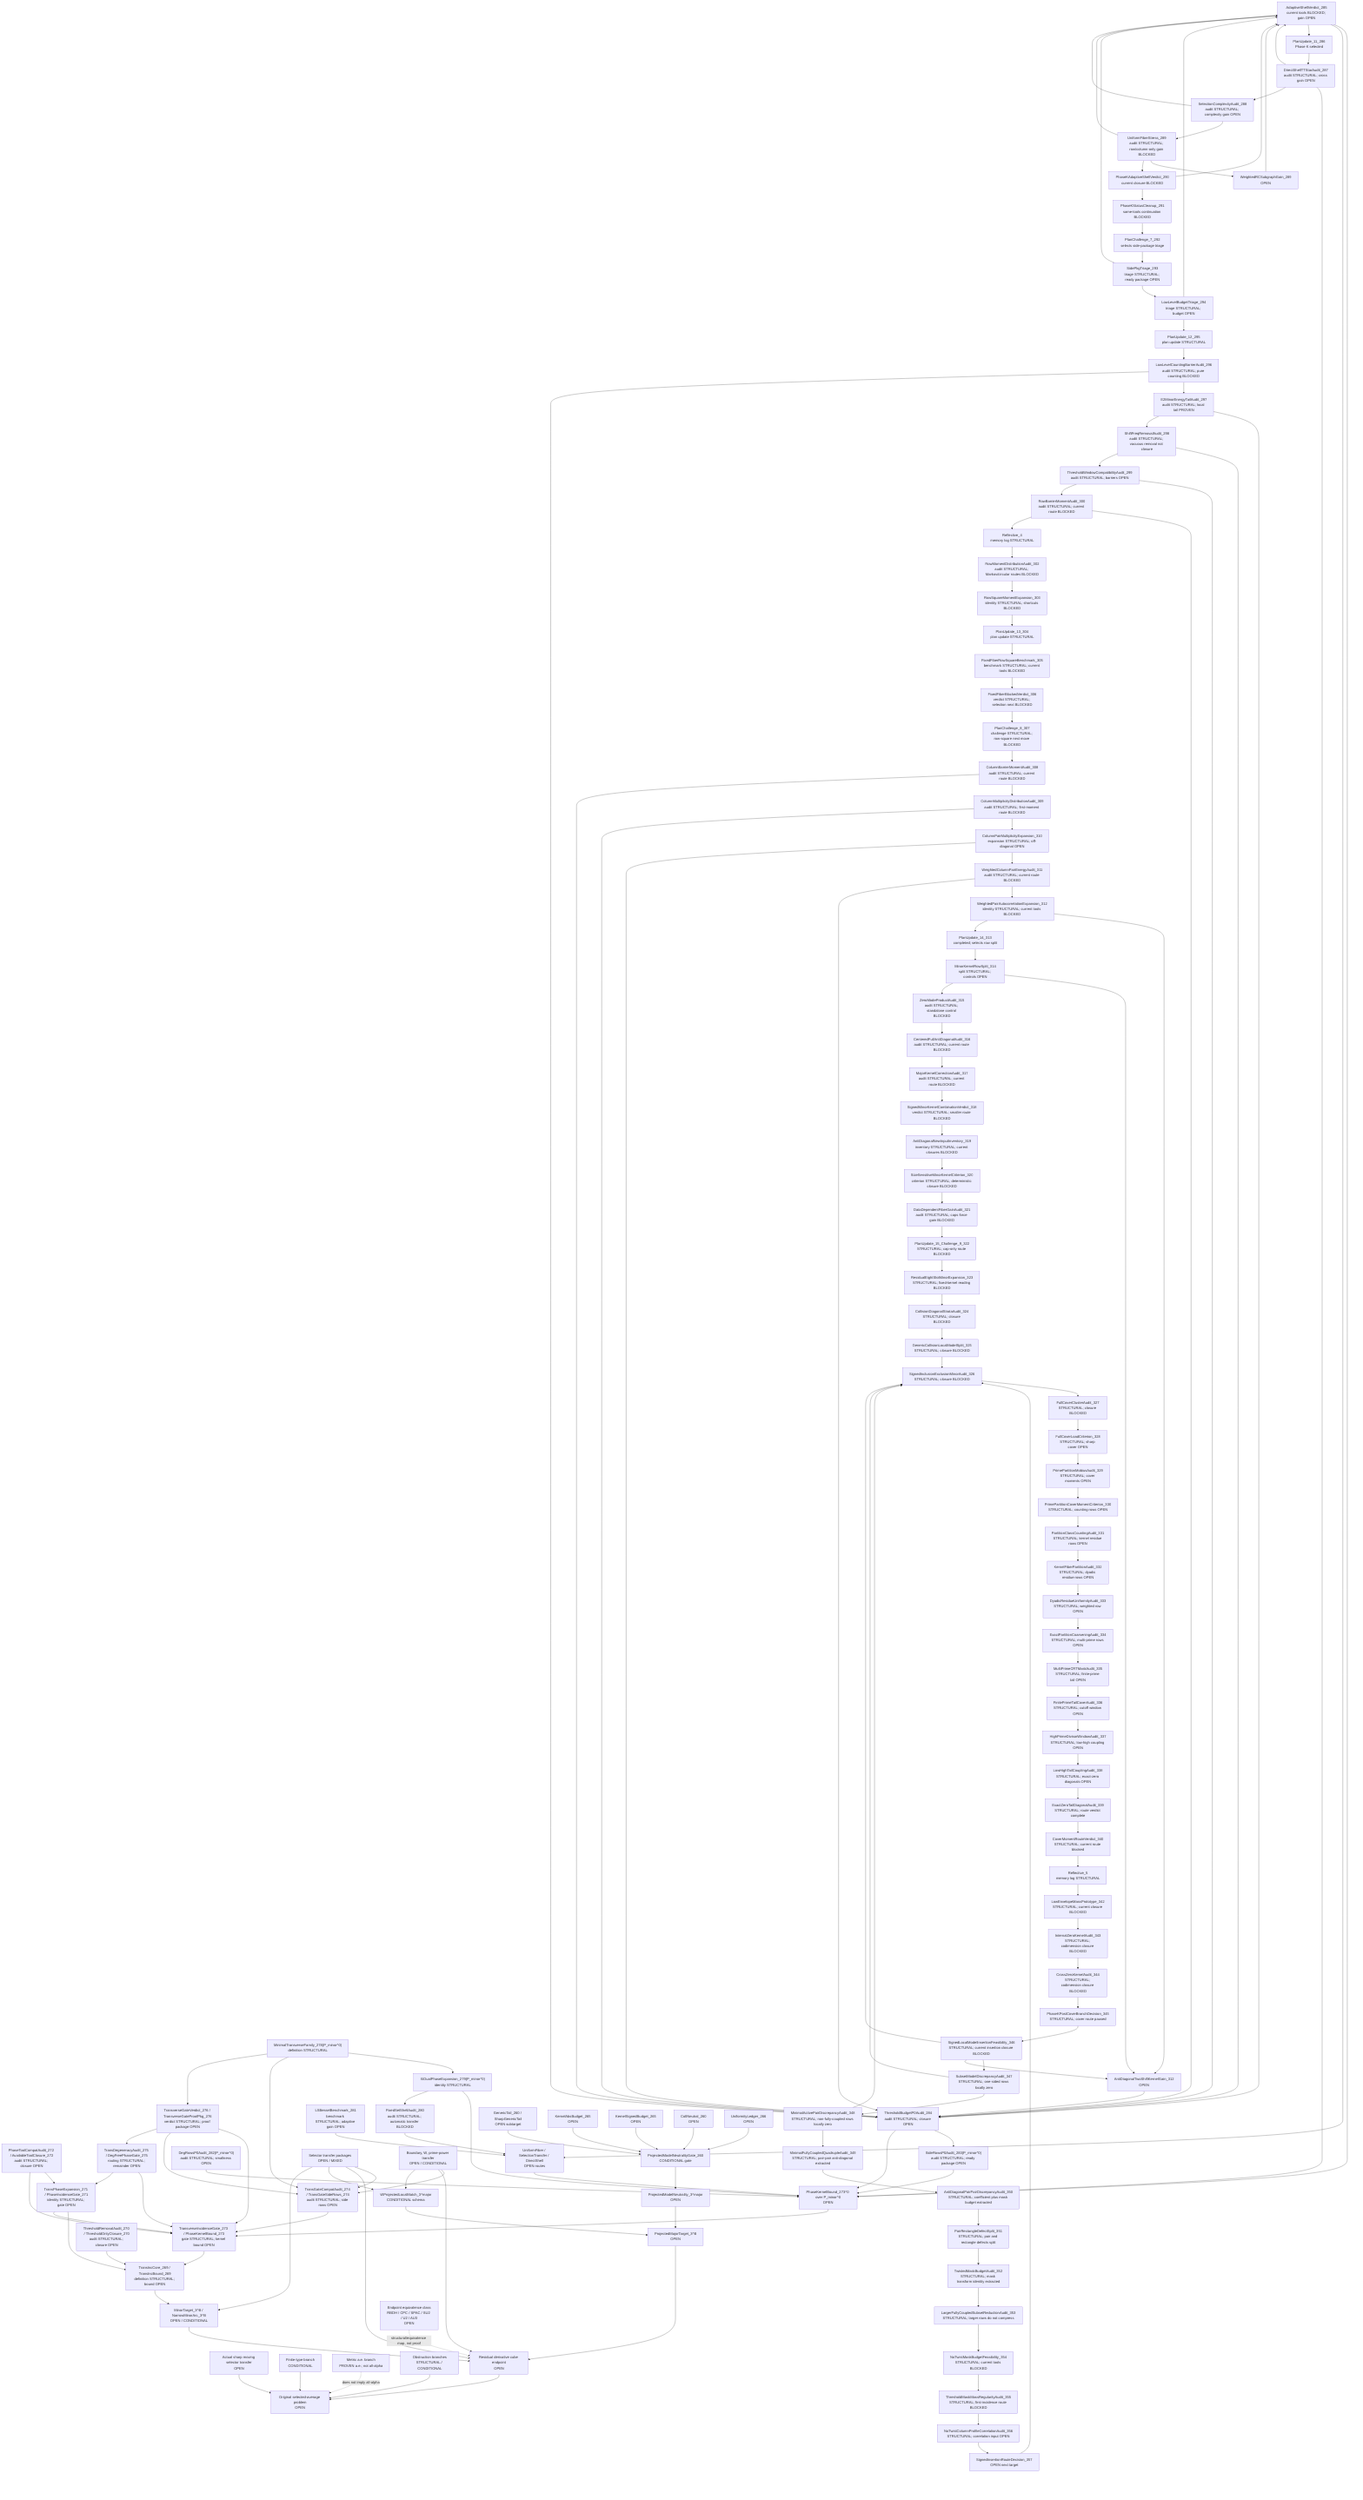
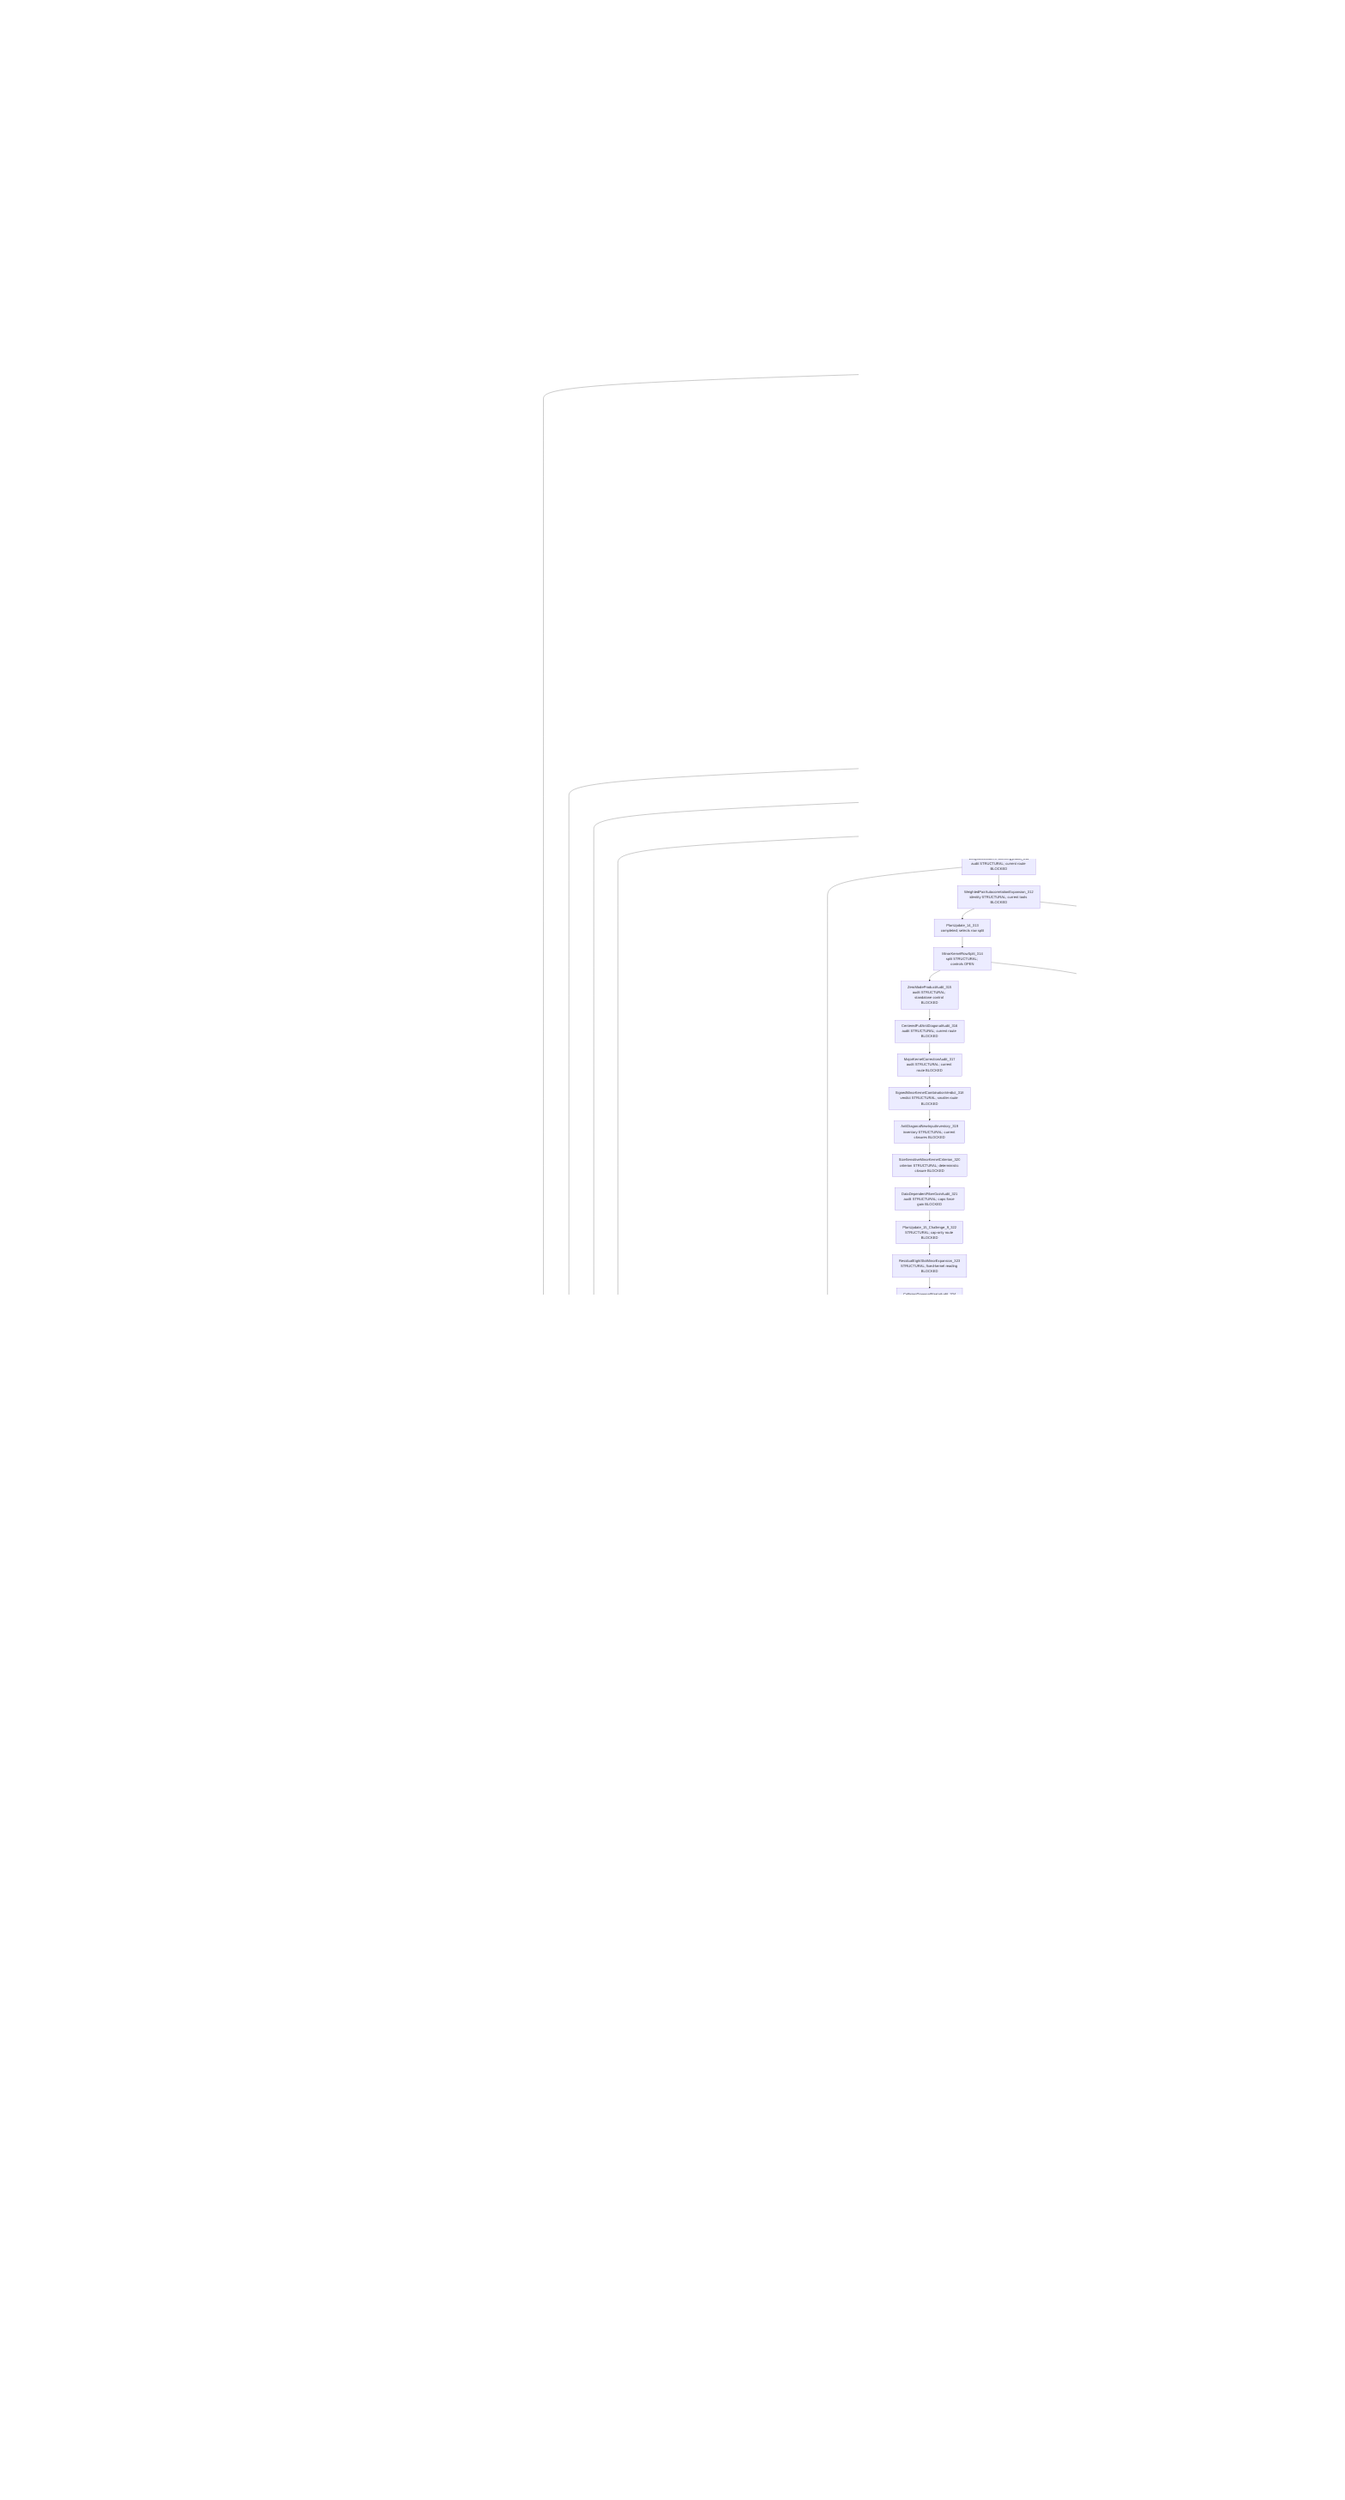
flowchart TD
  Original["Original selected-average problem<br/>OPEN"]
  SharpSel["Actual sharp moving selector transfer<br/>OPEN"]
  FiniteType["Finite-type branch<br/>CONDITIONAL"]
  Metric["Metric a.e. branch<br/>PROVEN a.e.; not all-alpha"]
  Obstruction["Obstruction branches<br/>STRUCTURAL / CONDITIONAL"]

  ResCube["Residual derivative cube endpoint<br/>OPEN"]
  MajorTarget["ProjectedMajorTarget_3^B<br/>OPEN"]
  MinorTarget["MinorTarget_3^B / NarrowMinorArc_3^B<br/>OPEN / CONDITIONAL"]
  TransInc["TransIncCore_269 / TransIncBound_269<br/>definition STRUCTURAL; bound OPEN"]
  ThresholdAudit["ThresholdRemovalAudit_270 / ThresholdOnlyClosure_270<br/>audit STRUCTURAL; closure OPEN"]
  PhaseExpansion["TransPhaseExpansion_271 / PhaseIncidenceGate_271<br/>identity STRUCTURAL; gate OPEN"]
  ToolCompat["PhaseToolCompatAudit_272 / AvailableToolClosure_272<br/>audit STRUCTURAL; closure OPEN"]
  TransGate["TransverseIncidenceGate_273 / PhaseKernelBound_273<br/>gate STRUCTURAL; kernel bound OPEN"]
  TransGateCompat["TransGateCompatAudit_274 / TransGateSideRows_274<br/>audit STRUCTURAL; side rows OPEN"]
  DegAudit["TransDegeneracyAudit_275 / DegFreePhaseGate_275<br/>routing STRUCTURAL; remainder OPEN"]
  TransVerdict["TransverseGateVerdict_276 / TransverseGateProofPkg_276<br/>verdict STRUCTURAL; proof package OPEN"]
  MinTransFamily["MinimalTransverseFamily_278(P_minor^0)<br/>definition STRUCTURAL"]
  XiExpansion["XiDualPhaseExpansion_279(P_minor^0)<br/>identity STRUCTURAL"]
  FixedShellAudit["FixedSetShellAudit_280<br/>audit STRUCTURAL; automatic transfer BLOCKED"]
  FixedShellTransfer["UniformFiber / SelectionTransfer / DirectShell<br/>OPEN routes"]
  LSBesselBench["LSBesselBenchmark_281<br/>benchmark STRUCTURAL; adaptive gain OPEN"]
  DegRowsP0["DegRowsP0Audit_282(P_minor^0)<br/>audit STRUCTURAL; smallness OPEN"]
  SideRowsP0["SideRowsP0Audit_283(P_minor^0)<br/>audit STRUCTURAL; ready package OPEN"]
  ThresholdP0["ThresholdBudgetP0Audit_284<br/>audit STRUCTURAL; closure OPEN"]
  AdaptiveShellP0["AdaptiveShellVerdict_285<br/>current tools BLOCKED; gain OPEN"]
  PlanUpdate11["PlanUpdate_11_286<br/>Phase K selected"]
  DirectTTStar["DirectShellTTStarAudit_287<br/>audit STRUCTURAL; cross gain OPEN"]
  SelectionComplexity["SelectionComplexityAudit_288<br/>audit STRUCTURAL; complexity gain OPEN"]
  UniformFiberStress["UniformFiberStress_289<br/>audit STRUCTURAL; row/column-only gain BLOCKED"]
  WeightedRCSubgraph["WeightedRCSubgraphGain_289<br/>OPEN"]
  AdaptiveVerdict290["PhaseKAdaptiveShellVerdict_290<br/>current closure BLOCKED"]
  PhaseKCleanup291["PhaseKStatusCleanup_291<br/>same-tools continuation BLOCKED"]
  PlanChallenge7["PlanChallenge_7_292<br/>selects side-package triage"]
  SidePkgTriage293["SidePkgTriage_293<br/>triage STRUCTURAL; ready package OPEN"]
  LowLevelTriage294["LowLevelBudgetTriage_294<br/>triage STRUCTURAL; budget OPEN"]
  PlanUpdate12["PlanUpdate_12_295<br/>plan update STRUCTURAL"]
  LowLevelBarrier296["LowLevelCountingBarrierAudit_296<br/>audit STRUCTURAL; pure counting BLOCKED"]
  E2Tail297["E2MinorEnergyTailAudit_297<br/>audit STRUCTURAL; local tail PROVEN"]
  ShiftFreq298["ShiftFreqRemovalAudit_298<br/>audit STRUCTURAL; vacuous removal not closure"]
  ThresholdWindow299["ThresholdWindowCompatibilityAudit_299<br/>audit STRUCTURAL; barriers OPEN"]
  RowBarrier300["RowBarrierMomentAudit_300<br/>audit STRUCTURAL; current route BLOCKED"]
  Reflective4["Reflective_4<br/>memory log STRUCTURAL"]
  RowMoment302["RowMomentDistributionAudit_302<br/>audit STRUCTURAL; Markov/circular routes BLOCKED"]
  RowSquare303["RowSquareMomentExpansion_303<br/>identity STRUCTURAL; shortcuts BLOCKED"]
  PlanUpdate13["PlanUpdate_13_304<br/>plan update STRUCTURAL"]
  FixedFiber305["FixedFiberRowSquareBenchmark_305<br/>benchmark STRUCTURAL; current tools BLOCKED"]
  FixedFiber306["FixedFiberBlockedVerdict_306<br/>verdict STRUCTURAL; selection next BLOCKED"]
  PlanChallenge8["PlanChallenge_8_307<br/>challenge STRUCTURAL; row-square next move BLOCKED"]
  ColumnBarrier308["ColumnBarrierMomentAudit_308<br/>audit STRUCTURAL; current route BLOCKED"]
  ColumnDist309["ColumnMultiplicityDistributionAudit_309<br/>audit STRUCTURAL; first-moment route BLOCKED"]
  ColumnPair310["ColumnPairMultiplicityExpansion_310<br/>expansion STRUCTURAL; off-diagonal OPEN"]
  WPair311["WeightedColumnPairEnergyAudit_311<br/>audit STRUCTURAL; current route BLOCKED"]
  AutoCorr312["WeightedPairAutocorrelationExpansion_312<br/>identity STRUCTURAL; current tools BLOCKED"]
  AntiDiag312["AntiDiagonalTwoShiftKernelGain_312<br/>OPEN"]
  PlanUpdate14["PlanUpdate_14_313<br/>completed; selects row split"]
  MinorKernel314["MinorKernelRowSplit_314<br/>split STRUCTURAL; controls OPEN"]
  ZeroAudit315["ZeroModeProductAudit_315<br/>audit STRUCTURAL; standalone control BLOCKED"]
  CenteredFull316["CenteredFullAntiDiagonalAudit_316<br/>audit STRUCTURAL; current route BLOCKED"]
  MajorCorr317["MajorKernelCorrectionAudit_317<br/>audit STRUCTURAL; current route BLOCKED"]
  SignedVerdict318["SignedMinorKernelCombinationVerdict_318<br/>verdict STRUCTURAL; smaller route BLOCKED"]
  NewInput319["AntiDiagonalNewInputInventory_319<br/>inventory STRUCTURAL; current closures BLOCKED"]
  SizeSensitive320["SizeSensitiveMinorKernelCriterion_320<br/>criterion STRUCTURAL; deterministic closure BLOCKED"]
  FiberGain321["DataDependentFiberGainAudit_321<br/>audit STRUCTURAL; caps force gain BLOCKED"]
  Plan322["PlanUpdate_15_Challenge_9_322<br/>STRUCTURAL; cap-only route BLOCKED"]
  ResidualEight323["ResidualEightSlotMinorExpansion_323<br/>STRUCTURAL; fixed-kernel reading BLOCKED"]
  Collision324["CollisionDiagonalStrataAudit_324<br/>STRUCTURAL; closure BLOCKED"]
  GenericSplit325["GenericCollisionLocalModelSplit_325<br/>STRUCTURAL; closure BLOCKED"]
  SignedIE326["SignedInclusionExclusionMinorAudit_326<br/>STRUCTURAL; closure BLOCKED"]
  FullCover327["FullCoverClusterAudit_327<br/>STRUCTURAL; closure BLOCKED"]
  CoverLoad328["FullCoverLoadCriterion_328<br/>STRUCTURAL; sharp cover OPEN"]
  PrimeMobius329["PrimePartitionMobiusAudit_329<br/>STRUCTURAL; cover moments OPEN"]
  CoverMoment330["PrimePartitionCoverMomentCriterion_330<br/>STRUCTURAL; counting rows OPEN"]
  PartitionCount331["PartitionClassCountingAudit_331<br/>STRUCTURAL; kernel residue rows OPEN"]
  KernelFiber332["KernelFiberPartitionAudit_332<br/>STRUCTURAL; dyadic residue rows OPEN"]
  Dyadic333["DyadicResidueUniformityAudit_333<br/>STRUCTURAL; weighted row OPEN"]
  Coarsening334["ExactPartitionCoarseningAudit_334<br/>STRUCTURAL; multi-prime rows OPEN"]
  CRTMask335["MultiPrimeCRTMaskAudit_335<br/>STRUCTURAL; finite-prime tail OPEN"]
  Tail336["FinitePrimeTailCoverAudit_336<br/>STRUCTURAL; cutoff window OPEN"]
  DivWindow337["HighPrimeDivisorWindowAudit_337<br/>STRUCTURAL; low-high coupling OPEN"]
  LowHigh338["LowHighTailCouplingAudit_338<br/>STRUCTURAL; exact-zero diagonals OPEN"]
  ExactZero339["ExactZeroTailDiagonalAudit_339<br/>STRUCTURAL; route verdict complete"]
  CoverVerdict340["CoverMomentRouteVerdict_340<br/>STRUCTURAL; current route blocked"]
  Reflective5["Reflective_5<br/>memory log STRUCTURAL"]
  LowEnvelope342["LowEnvelopeMassPrototype_342<br/>STRUCTURAL; current closure BLOCKED"]
  InternalZero343["InternalZeroKernelAudit_343<br/>STRUCTURAL; codimension closure BLOCKED"]
  CrossZero344["CrossZeroKernelAudit_344<br/>STRUCTURAL; codimension closure BLOCKED"]
  PhaseDecision345["PhaseKPostCoverBranchDecision_345<br/>STRUCTURAL; cover route paused"]
  SignedInsertion346["SignedLocalModelInsertionFeasibility_346<br/>STRUCTURAL; current insertion closure BLOCKED"]
  SubsetDiscrep347["SubsetModelDiscrepancyAudit_347<br/>STRUCTURAL; one-sided rows locally zero"]
  MinPair348["MinimalActivePairDiscrepancyAudit_348<br/>STRUCTURAL; non-fully-coupled rows locally zero"]
  MinQuad349["MinimalFullyCoupledQuadrupleAudit_349<br/>STRUCTURAL; pair-pair anti-diagonal extracted"]
  PairPair350["AntiDiagonalPairPairDiscrepancyAudit_350<br/>STRUCTURAL; coefficient plus mask budget extracted"]
  DefectSplit351["PairRectangleDefectSplit_351<br/>STRUCTURAL; pair and rectangle defects split"]
  TwistMask352["TwistedMaskBudgetAudit_352<br/>STRUCTURAL; mask transform identity extracted"]
  LargeSubset353["LargerFullyCoupledSubsetReductionAudit_353<br/>STRUCTURAL; larger rows do not compress"]
  NoTwist354["NoTwistMaskBudgetFeasibility_354<br/>STRUCTURAL; current tools BLOCKED"]
  MaskMass355["ThresholdMaskMassRegularityAudit_355<br/>STRUCTURAL; first-incidence route BLOCKED"]
  ProfileCorr356["NoTwistColumnProfileCorrelationAudit_356<br/>STRUCTURAL; correlation input OPEN"]
-   RouteDecision357["SignedInsertionRouteDecision_357<br/>OPEN next target"]
+   RouteDecision357["SignedInsertionRouteDecision_357<br/>STRUCTURAL; current branch BLOCKED"]
+   TopMass358["CoefficientTopMassFeasibility_358<br/>OPEN next target"]
  PhaseKernel0["PhaseKernelBound_273^0 over P_minor^0<br/>OPEN"]
  SelectorTransfer["Selector transfer packages<br/>OPEN / MIXED"]
  BoundaryTransfer["Boundary, W, prime-power transfer<br/>OPEN / CONDITIONAL"]

  WLocal["WProjectedLocalMatch_3^major<br/>CONDITIONAL schema"]
  ModelNeutral["ProjectedModelNeutrality_3^major<br/>OPEN"]
  PMNGate["ProjectedModelNeutralityGate_260<br/>CONDITIONAL gate"]
  GenericTail["GenericTail_260 / SharpGenericTail<br/>OPEN subtarget"]
  KernelAbs["KernelAbsBudget_265<br/>OPEN"]
  KernelSigned["KernelSignedBudget_265<br/>OPEN"]
  CollNeutral["CollNeutral_260<br/>OPEN"]
  Uniformity["UniformityLedger_266<br/>OPEN"]

  EndpointClass["Endpoint equivalence class<br/>RBDH / CPC / SPAC / SU2 / U2 / AU3<br/>OPEN"]

  SharpSel --> Original
  FiniteType --> Original
  Obstruction --> Original
  ResCube --> Original
  Metric -. "does not imply all-alpha" .-> Original

  MajorTarget --> ResCube
  MinorTarget --> ResCube
  TransInc --> MinorTarget
  ThresholdAudit --> TransInc
  PhaseExpansion --> TransInc
  ToolCompat --> PhaseExpansion
  TransGate --> TransInc
  PhaseExpansion --> TransGate
  ToolCompat --> TransGate
  TransGateCompat --> TransGate
  SelectorTransfer --> TransGateCompat
  BoundaryTransfer --> TransGateCompat
  DegAudit --> TransGate
  DegAudit --> PhaseExpansion
  TransVerdict --> TransGate
  TransVerdict --> TransGateCompat
  TransVerdict --> DegAudit
  PhaseKernel0 --> TransGate
  MinTransFamily --> XiExpansion
  XiExpansion --> PhaseKernel0
  XiExpansion --> FixedShellAudit
  FixedShellAudit --> FixedShellTransfer
  FixedShellTransfer --> PhaseKernel0
  LSBesselBench --> FixedShellTransfer
  DegRowsP0 --> PhaseKernel0
  SideRowsP0 --> PhaseKernel0
  ThresholdP0 --> SideRowsP0
  ThresholdP0 --> PhaseKernel0
  AdaptiveShellP0 --> PhaseKernel0
  AdaptiveShellP0 --> FixedShellTransfer
  AdaptiveShellP0 --> PlanUpdate11
  PlanUpdate11 --> DirectTTStar
  DirectTTStar --> AdaptiveShellP0
  DirectTTStar --> PhaseKernel0
  DirectTTStar --> SelectionComplexity
  SelectionComplexity --> UniformFiberStress
  SelectionComplexity --> AdaptiveShellP0
  UniformFiberStress --> WeightedRCSubgraph
  WeightedRCSubgraph --> AdaptiveShellP0
  UniformFiberStress --> AdaptiveVerdict290
  UniformFiberStress --> AdaptiveShellP0
  AdaptiveVerdict290 --> AdaptiveShellP0
  AdaptiveVerdict290 --> PhaseKCleanup291
  PhaseKCleanup291 --> PlanChallenge7
  PlanChallenge7 --> SidePkgTriage293
  SidePkgTriage293 --> LowLevelTriage294
  SidePkgTriage293 --> AdaptiveShellP0
  LowLevelTriage294 --> AdaptiveShellP0
  LowLevelTriage294 --> PlanUpdate12
  PlanUpdate12 --> LowLevelBarrier296
  LowLevelBarrier296 --> E2Tail297
  LowLevelBarrier296 --> ThresholdP0
  E2Tail297 --> ThresholdP0
  E2Tail297 --> ShiftFreq298
  ShiftFreq298 --> ThresholdP0
  ShiftFreq298 --> ThresholdWindow299
  ThresholdWindow299 --> ThresholdP0
  ThresholdWindow299 --> RowBarrier300
  RowBarrier300 --> ThresholdP0
  RowBarrier300 --> Reflective4
  Reflective4 --> RowMoment302
  RowMoment302 --> RowSquare303
  RowSquare303 --> PlanUpdate13
  PlanUpdate13 --> FixedFiber305
  FixedFiber305 --> FixedFiber306
  FixedFiber306 --> PlanChallenge8
  PlanChallenge8 --> ColumnBarrier308
  ColumnBarrier308 --> ColumnDist309
  ColumnDist309 --> ColumnPair310
  ColumnPair310 --> WPair311
  WPair311 --> AutoCorr312
  AutoCorr312 --> AntiDiag312
  AntiDiag312 --> ThresholdP0
  AutoCorr312 --> PlanUpdate14
  PlanUpdate14 --> MinorKernel314
  MinorKernel314 --> AntiDiag312
  MinorKernel314 --> ZeroAudit315
  ZeroAudit315 --> CenteredFull316
  CenteredFull316 --> MajorCorr317
  MajorCorr317 --> SignedVerdict318
  SignedVerdict318 --> NewInput319
  NewInput319 --> SizeSensitive320
  SizeSensitive320 --> FiberGain321
  FiberGain321 --> Plan322
  Plan322 --> ResidualEight323
  ResidualEight323 --> Collision324
  Collision324 --> GenericSplit325
  GenericSplit325 --> SignedIE326
  SignedIE326 --> FullCover327
  FullCover327 --> CoverLoad328
  CoverLoad328 --> PrimeMobius329
  PrimeMobius329 --> CoverMoment330
  CoverMoment330 --> PartitionCount331
  PartitionCount331 --> KernelFiber332
  KernelFiber332 --> Dyadic333
  Dyadic333 --> Coarsening334
  Coarsening334 --> CRTMask335
  CRTMask335 --> Tail336
  Tail336 --> DivWindow337
  DivWindow337 --> LowHigh338
  LowHigh338 --> ExactZero339
  ExactZero339 --> CoverVerdict340
  CoverVerdict340 --> Reflective5
  Reflective5 --> LowEnvelope342
  LowEnvelope342 --> InternalZero343
  InternalZero343 --> CrossZero344
  CrossZero344 --> PhaseDecision345
  PhaseDecision345 --> SignedInsertion346
  SignedInsertion346 --> SubsetDiscrep347
  SubsetDiscrep347 --> MinPair348
  MinPair348 --> MinQuad349
  MinQuad349 --> PairPair350
  PairPair350 --> DefectSplit351
  DefectSplit351 --> TwistMask352
  TwistMask352 --> LargeSubset353
  LargeSubset353 --> NoTwist354
  NoTwist354 --> MaskMass355
  MaskMass355 --> ProfileCorr356
  ProfileCorr356 --> RouteDecision357
+   RouteDecision357 --> TopMass358
+   TopMass358 --> ProfileCorr356
  RouteDecision357 --> SignedIE326
  MinPair348 --> SignedIE326
  SubsetDiscrep347 --> SignedIE326
  SignedInsertion346 --> SignedIE326
  SignedInsertion346 --> AntiDiag312
  WPair311 --> ThresholdP0
  ColumnPair310 --> ThresholdP0
  ColumnDist309 --> ThresholdP0
  ColumnBarrier308 --> ThresholdP0
  MinTransFamily --> TransGateCompat
  MinTransFamily --> TransVerdict
  SelectorTransfer --> ResCube
  BoundaryTransfer --> ResCube
  EndpointClass -. "structural/equivalence map, not proof" .-> ResCube

  WLocal --> MajorTarget
  ModelNeutral --> MajorTarget

  PMNGate --> ModelNeutral
  GenericTail --> PMNGate
  KernelAbs --> PMNGate
  KernelSigned --> PMNGate
  CollNeutral --> PMNGate
  Uniformity --> PMNGate

  BoundaryTransfer --> WLocal
  SelectorTransfer --> WLocal
  SelectorTransfer --> MinorTarget
